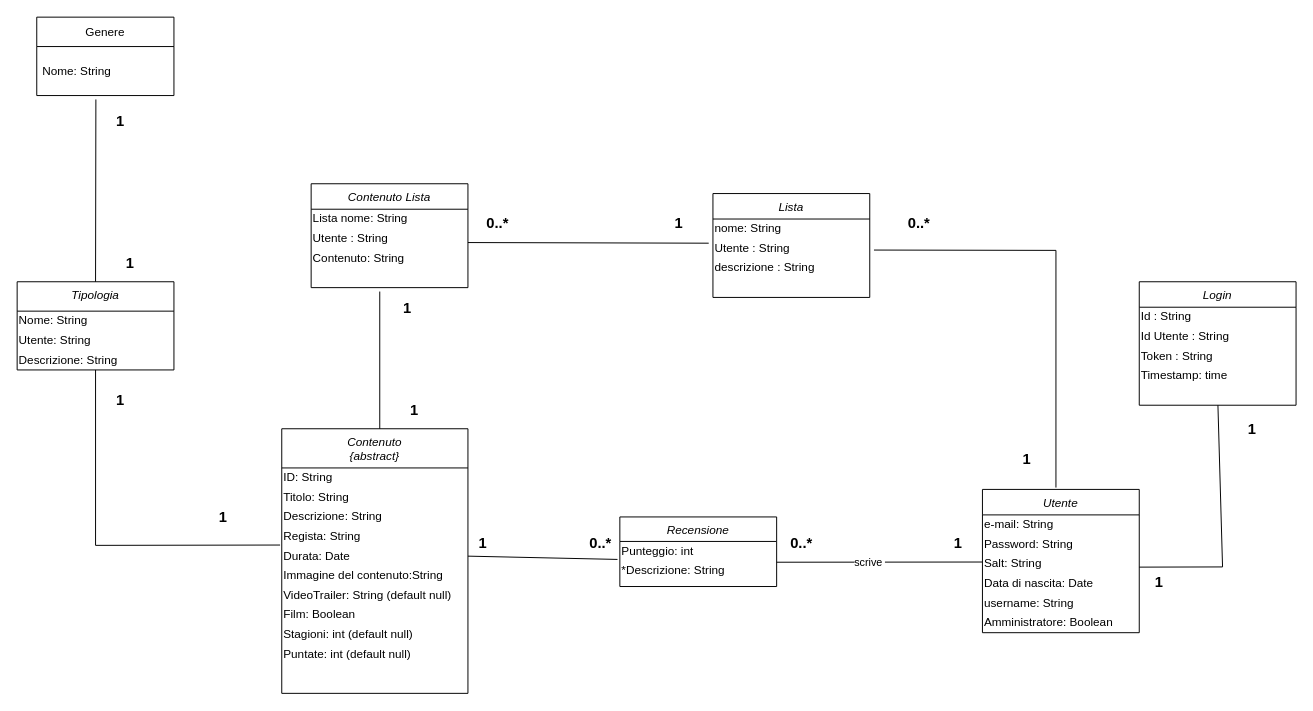
The draw.io diagram Documenti/diagrammi/object modelV3 (after implementation).drawio in IlSelva/ProgettoIS, before the edit. Source tidied: cells renumbered, new cells numbered last; positions are measured from the earlier drawing's top-left corner, leaving out a move shared by most shapes. Both pictures are drawn from the tidied source at 98%, with x=0, y=0 at pixel (17, 17).
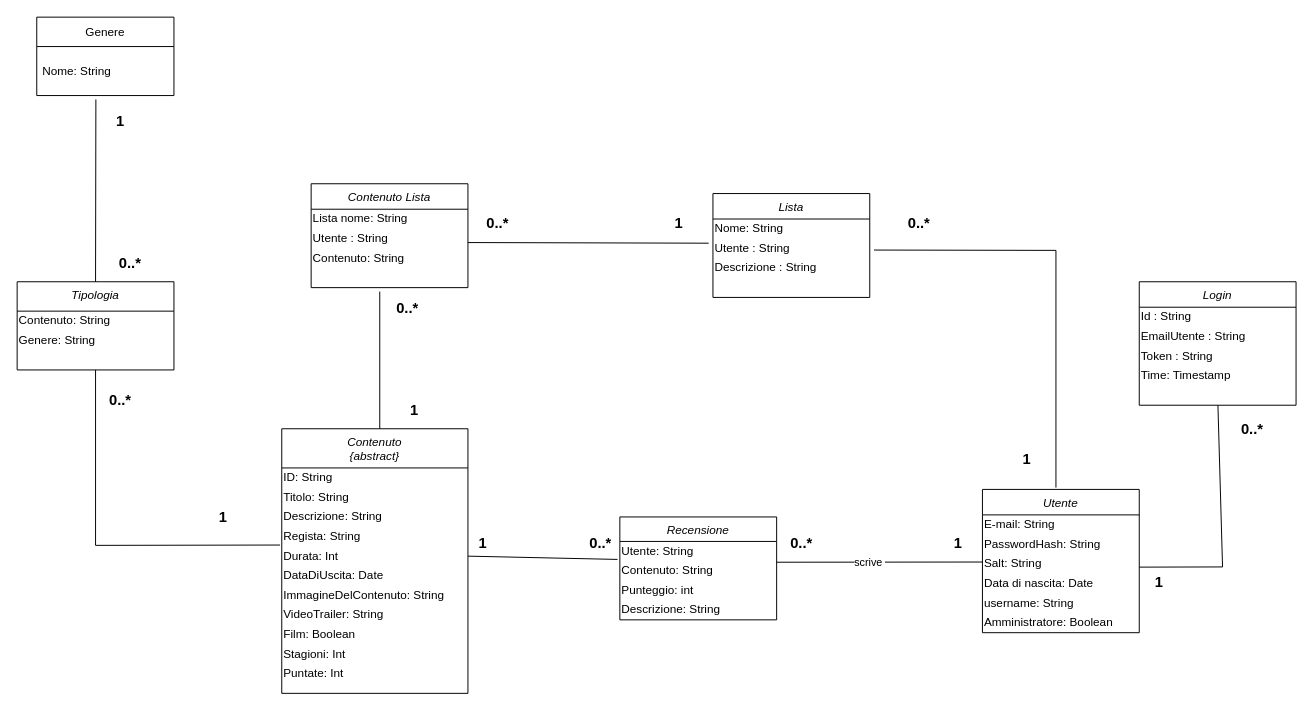
After the change.

Unchanged cells that the change refers to:
```xml
<mxCell id="2" value="Tipologia" style="swimlane;fontStyle=2;align=center;verticalAlign=top;horizontal=1;startSize=30;rounded=0;shadow=0;strokeWidth=1;" parent="1" vertex="1">
  <mxGeometry y="270" width="160" height="90" as="geometry" />
</mxCell>
<mxCell id="6" value="Contenuto&#10;{abstract}&#10;" style="swimlane;fontStyle=2;align=center;verticalAlign=top;horizontal=1;startSize=40;rounded=0;shadow=0;strokeWidth=1;" parent="1" vertex="1">
  <mxGeometry x="270" y="420" width="190" height="270" as="geometry" />
</mxCell>
<mxCell id="17" value="Utente" style="swimlane;fontStyle=2;align=center;verticalAlign=top;horizontal=1;startSize=26;rounded=0;shadow=0;strokeWidth=1;" parent="1" vertex="1">
  <mxGeometry x="985" y="481.9" width="160" height="146.2" as="geometry" />
</mxCell>
<mxCell id="45" value="Lista" style="swimlane;fontStyle=2;align=center;verticalAlign=top;horizontal=1;startSize=26;rounded=0;shadow=0;strokeWidth=1;" parent="1" vertex="1">
  <mxGeometry x="710" y="180" width="160" height="106" as="geometry" />
</mxCell>
<mxCell id="60" value="Login" style="swimlane;fontStyle=2;align=center;verticalAlign=top;horizontal=1;startSize=26;rounded=0;shadow=0;strokeWidth=1;" parent="1" vertex="1">
  <mxGeometry x="1145" y="270" width="160" height="126" as="geometry" />
</mxCell>
```

What changed in the source:
```diff
@@
-    <mxCell id="3" value="&lt;div&gt;Nome: String&lt;br&gt;&lt;/div&gt;" style="text;html=1;align=left;verticalAlign=middle;strokeColor=none;fillColor=none;" parent="2" vertex="1">
+    <mxCell id="3" value="&lt;div&gt;Contenuto: String&lt;br&gt;&lt;/div&gt;" style="text;html=1;align=left;verticalAlign=middle;strokeColor=none;fillColor=none;" parent="2" vertex="1">
       <mxGeometry y="30" width="160" height="20" as="geometry" />
     </mxCell>
-    <mxCell id="4" value="&lt;div&gt;Utente: String&lt;br&gt;&lt;/div&gt;" style="text;html=1;align=left;verticalAlign=middle;strokeColor=none;fillColor=none;" parent="2" vertex="1">
+    <mxCell id="4" value="&lt;div&gt;Genere: String&lt;br&gt;&lt;/div&gt;" style="text;html=1;align=left;verticalAlign=middle;strokeColor=none;fillColor=none;" parent="2" vertex="1">
       <mxGeometry y="50" width="160" height="20" as="geometry" />
     </mxCell>
-    <mxCell id="5" value="&lt;div&gt;Descrizione: String&lt;br&gt;&lt;/div&gt;" style="text;html=1;align=left;verticalAlign=middle;strokeColor=none;fillColor=none;" parent="2" vertex="1">
-      <mxGeometry y="70" width="160" height="20" as="geometry" />
-    </mxCell>
@@
-    <mxCell id="11" value="&lt;div align=&quot;left&quot;&gt;Durata: Date&lt;br&gt;&lt;/div&gt;" style="text;html=1;align=left;verticalAlign=middle;points=[];strokeColor=none;fillColor=none;" parent="6" vertex="1">
+    <mxCell id="11" value="&lt;div align=&quot;left&quot;&gt;Durata: Int&lt;br&gt;&lt;/div&gt;" style="text;html=1;align=left;verticalAlign=middle;points=[];strokeColor=none;fillColor=none;" parent="6" vertex="1">
       <mxGeometry y="120" width="190" height="20" as="geometry" />
     </mxCell>
-    <mxCell id="12" value="Immagine del contenuto:String" style="text;html=1;align=left;verticalAlign=middle;strokeColor=none;fillColor=none;" parent="6" vertex="1">
+    <mxCell id="12" value="DataDiUscita: Date" style="text;html=1;align=left;verticalAlign=middle;strokeColor=none;fillColor=none;" parent="6" vertex="1">
       <mxGeometry y="140" width="190" height="20" as="geometry" />
     </mxCell>
-    <mxCell id="13" value="VideoTrailer: String (default null)" style="text;html=1;align=left;verticalAlign=middle;strokeColor=none;fillColor=none;" parent="6" vertex="1">
+    <mxCell id="13" value="ImmagineDelContenuto: String" style="text;html=1;align=left;verticalAlign=middle;strokeColor=none;fillColor=none;" parent="6" vertex="1">
       <mxGeometry y="160" width="190" height="20" as="geometry" />
     </mxCell>
-    <mxCell id="14" value="Film: Boolean&amp;nbsp;" style="text;html=1;align=left;verticalAlign=middle;strokeColor=none;fillColor=none;" parent="6" vertex="1">
+    <mxCell id="14" value="VideoTrailer: String" style="text;html=1;align=left;verticalAlign=middle;strokeColor=none;fillColor=none;" parent="6" vertex="1">
       <mxGeometry y="180" width="190" height="20" as="geometry" />
     </mxCell>
-    <mxCell id="15" value="Stagioni: int (default null)" style="text;html=1;align=left;verticalAlign=middle;strokeColor=none;fillColor=none;" parent="6" vertex="1">
+    <mxCell id="15" value="Film: Boolean" style="text;html=1;align=left;verticalAlign=middle;strokeColor=none;fillColor=none;" parent="6" vertex="1">
       <mxGeometry y="200" width="190" height="20" as="geometry" />
     </mxCell>
-    <mxCell id="16" value="Puntate: int (default null)" style="text;html=1;align=left;verticalAlign=middle;strokeColor=none;fillColor=none;" parent="6" vertex="1">
+    <mxCell id="16" value="Stagioni: Int" style="text;html=1;align=left;verticalAlign=middle;strokeColor=none;fillColor=none;" parent="6" vertex="1">
       <mxGeometry y="220" width="190" height="20" as="geometry" />
     </mxCell>
+    <mxCell id="71" value="Puntate: Int" style="text;html=1;align=left;verticalAlign=middle;strokeColor=none;fillColor=none;" parent="6" vertex="1">
+      <mxGeometry y="240" width="190" height="20" as="geometry" />
+    </mxCell>
@@
-    <mxCell id="18" value="e-mail: String&lt;span style=&quot;white-space: pre&quot;&gt;&#9;&lt;/span&gt;" style="text;html=1;align=left;verticalAlign=middle;strokeColor=none;fillColor=none;" parent="17" vertex="1">
+    <mxCell id="18" value="E-mail: String&lt;span style=&quot;white-space: pre&quot;&gt;&#9;&lt;/span&gt;" style="text;html=1;align=left;verticalAlign=middle;strokeColor=none;fillColor=none;" parent="17" vertex="1">
       <mxGeometry y="26" width="160" height="20" as="geometry" />
     </mxCell>
-    <mxCell id="19" value="&lt;div align=&quot;left&quot;&gt;Password: String&lt;br&gt;&lt;/div&gt;" style="text;html=1;align=left;verticalAlign=middle;strokeColor=none;fillColor=none;" parent="17" vertex="1">
+    <mxCell id="19" value="&lt;div align=&quot;left&quot;&gt;PasswordHash: String&lt;br&gt;&lt;/div&gt;" style="text;html=1;align=left;verticalAlign=middle;strokeColor=none;fillColor=none;" parent="17" vertex="1">
       <mxGeometry y="46" width="160" height="20" as="geometry" />
     </mxCell>
@@
     <mxCell id="38" value="Recensione" style="swimlane;fontStyle=2;align=center;verticalAlign=top;horizontal=1;startSize=25;rounded=0;shadow=0;strokeWidth=1;" parent="1" vertex="1">
-      <mxGeometry x="615" y="510" width="160" height="71" as="geometry" />
+      <mxGeometry x="615" y="510" width="160" height="105" as="geometry" />
     </mxCell>
-    <mxCell id="39" value="&lt;div align=&quot;left&quot;&gt;Punteggio: int&lt;/div&gt;" style="text;html=1;align=left;verticalAlign=middle;strokeColor=none;fillColor=none;" parent="38" vertex="1">
+    <mxCell id="39" value="&lt;div align=&quot;left&quot;&gt;Utente: String&lt;/div&gt;" style="text;html=1;align=left;verticalAlign=middle;strokeColor=none;fillColor=none;" parent="38" vertex="1">
       <mxGeometry y="25" width="160" height="20" as="geometry" />
     </mxCell>
-    <mxCell id="40" value="*Descrizione: String" style="text;html=1;align=left;verticalAlign=middle;points=[];strokeColor=none;fillColor=none;" parent="38" vertex="1">
+    <mxCell id="40" value="Contenuto: String" style="text;html=1;align=left;verticalAlign=middle;points=[];strokeColor=none;fillColor=none;" parent="38" vertex="1">
       <mxGeometry y="45" width="160" height="20" as="geometry" />
     </mxCell>
+    <mxCell id="72" value="Punteggio: int" style="text;html=1;align=left;verticalAlign=middle;strokeColor=none;fillColor=none;" parent="38" vertex="1">
+      <mxGeometry y="65" width="160" height="20" as="geometry" />
+    </mxCell>
+    <mxCell id="5" value="Descrizione: String" style="text;html=1;align=left;verticalAlign=middle;strokeColor=none;fillColor=none;" parent="38" vertex="1">
+      <mxGeometry y="85" width="160" height="20" as="geometry" />
+    </mxCell>
@@
-    <mxCell id="43" value="1" style="text;strokeColor=none;fillColor=none;html=1;fontSize=15;fontStyle=1;verticalAlign=middle;align=center;" parent="1" vertex="1">
+    <mxCell id="43" value="0..*" style="text;strokeColor=none;fillColor=none;html=1;fontSize=15;fontStyle=1;verticalAlign=middle;align=center;" parent="1" vertex="1">
       <mxGeometry x="350" y="276" width="95" height="40" as="geometry" />
     </mxCell>
@@
-    <mxCell id="46" value="nome: String&lt;span style=&quot;white-space: pre&quot;&gt;&#9;&lt;/span&gt;" style="text;html=1;align=left;verticalAlign=middle;strokeColor=none;fillColor=none;" parent="45" vertex="1">
+    <mxCell id="46" value="Nome: String&lt;span style=&quot;white-space: pre&quot;&gt;&#9;&lt;/span&gt;" style="text;html=1;align=left;verticalAlign=middle;strokeColor=none;fillColor=none;" parent="45" vertex="1">
       <mxGeometry y="26" width="160" height="20" as="geometry" />
     </mxCell>
@@
-    <mxCell id="48" value="descrizione : String" style="text;html=1;align=left;verticalAlign=middle;strokeColor=none;fillColor=none;" parent="45" vertex="1">
+    <mxCell id="48" value="Descrizione : String" style="text;html=1;align=left;verticalAlign=middle;strokeColor=none;fillColor=none;" parent="45" vertex="1">
       <mxGeometry y="66" width="160" height="20" as="geometry" />
     </mxCell>
@@
-    <mxCell id="53" value="1" style="text;strokeColor=none;fillColor=none;html=1;fontSize=15;fontStyle=1;verticalAlign=middle;align=center;" parent="1" vertex="1">
+    <mxCell id="53" value="0..*" style="text;strokeColor=none;fillColor=none;html=1;fontSize=15;fontStyle=1;verticalAlign=middle;align=center;" parent="1" vertex="1">
       <mxGeometry x="90" y="380" width="30" height="20" as="geometry" />
     </mxCell>
@@
-    <mxCell id="55" value="1" style="text;strokeColor=none;fillColor=none;html=1;fontSize=15;fontStyle=1;verticalAlign=middle;align=center;" parent="1" vertex="1">
+    <mxCell id="55" value="0..*" style="text;strokeColor=none;fillColor=none;html=1;fontSize=15;fontStyle=1;verticalAlign=middle;align=center;" parent="1" vertex="1">
       <mxGeometry x="100" y="240" width="30" height="20" as="geometry" />
     </mxCell>
@@
-    <mxCell id="62" value="&lt;div align=&quot;left&quot;&gt;Id Utente : String&lt;br&gt;&lt;/div&gt;" style="text;html=1;align=left;verticalAlign=middle;strokeColor=none;fillColor=none;" parent="60" vertex="1">
+    <mxCell id="62" value="&lt;div align=&quot;left&quot;&gt;EmailUtente : String&lt;br&gt;&lt;/div&gt;" style="text;html=1;align=left;verticalAlign=middle;strokeColor=none;fillColor=none;" parent="60" vertex="1">
       <mxGeometry y="46" width="160" height="20" as="geometry" />
     </mxCell>
@@
-    <mxCell id="64" value="&lt;div align=&quot;left&quot;&gt;Timestamp: time&lt;/div&gt;" style="text;html=1;align=left;verticalAlign=middle;strokeColor=none;fillColor=none;" parent="60" vertex="1">
+    <mxCell id="64" value="&lt;div align=&quot;left&quot;&gt;Time: Timestamp&lt;/div&gt;" style="text;html=1;align=left;verticalAlign=middle;strokeColor=none;fillColor=none;" parent="60" vertex="1">
       <mxGeometry y="86" width="160" height="20" as="geometry" />
     </mxCell>
@@
-    <mxCell id="69" value="1" style="text;strokeColor=none;fillColor=none;html=1;fontSize=15;fontStyle=1;verticalAlign=middle;align=center;" parent="1" vertex="1">
+    <mxCell id="69" value="0..*" style="text;strokeColor=none;fillColor=none;html=1;fontSize=15;fontStyle=1;verticalAlign=middle;align=center;" parent="1" vertex="1">
       <mxGeometry x="1240" y="400" width="40" height="40" as="geometry" />
     </mxCell>
```
